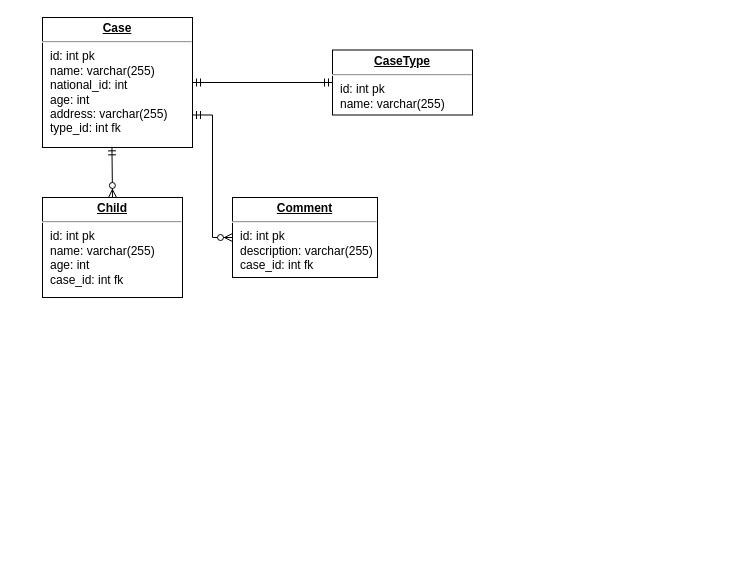
Before: database.drawio in MuhammadTarek10/charity-app, a draw.io diagram. Source tidied: cells renumbered, new cells numbered last; positions are measured from the earlier drawing's top-left corner, leaving out a move shared by most shapes. Both pictures are drawn from the tidied source at 100%, with x=0, y=0 at pixel (42, 17).
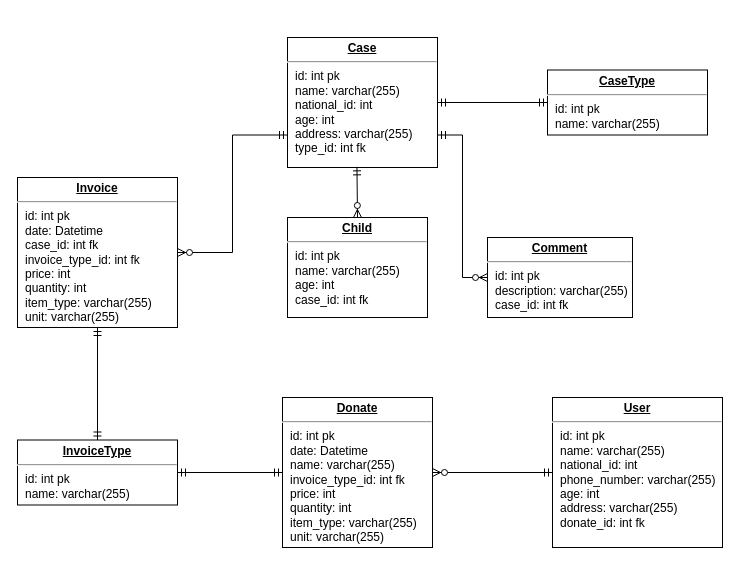
The same diagram, later.

The edit, as a diff of the source:
```diff
@@
 <mxGraphModel>
   <root>
     <mxCell id="0" />
     <mxCell id="1" parent="0" />
     <mxCell id="2" value="&lt;p style=&quot;margin: 0px ; margin-top: 4px ; text-align: center ; text-decoration: underline&quot;&gt;&lt;b&gt;Case&lt;/b&gt;&lt;/p&gt;&lt;hr&gt;&lt;p style=&quot;margin: 0px ; margin-left: 8px&quot;&gt;id: int pk&lt;/p&gt;&lt;p style=&quot;margin: 0px ; margin-left: 8px&quot;&gt;name: varchar(255)&lt;/p&gt;&lt;p style=&quot;margin: 0px ; margin-left: 8px&quot;&gt;national_id: int&lt;/p&gt;&lt;p style=&quot;margin: 0px ; margin-left: 8px&quot;&gt;age: int&lt;/p&gt;&lt;p style=&quot;margin: 0px ; margin-left: 8px&quot;&gt;address: varchar(255)&lt;/p&gt;&lt;p style=&quot;margin: 0px ; margin-left: 8px&quot;&gt;type_id: int fk&lt;/p&gt;" style="verticalAlign=top;align=left;overflow=fill;fontSize=12;fontFamily=Helvetica;html=1;rounded=0;shadow=0;comic=0;labelBackgroundColor=none;strokeWidth=1;" parent="1" vertex="1">
-      <mxGeometry width="150" height="130" as="geometry" />
+      <mxGeometry x="245" y="20" width="150" height="130" as="geometry" />
     </mxCell>
     <mxCell id="3" value="&lt;p style=&quot;margin: 0px ; margin-top: 4px ; text-align: center ; text-decoration: underline&quot;&gt;&lt;b&gt;Child&lt;/b&gt;&lt;/p&gt;&lt;hr&gt;&lt;p style=&quot;margin: 0px ; margin-left: 8px&quot;&gt;id: int pk&lt;/p&gt;&lt;p style=&quot;margin: 0px ; margin-left: 8px&quot;&gt;name: varchar(255)&lt;/p&gt;&lt;p style=&quot;margin: 0px ; margin-left: 8px&quot;&gt;age: int&lt;/p&gt;&lt;p style=&quot;margin: 0px ; margin-left: 8px&quot;&gt;case_id: int fk&lt;/p&gt;" style="verticalAlign=top;align=left;overflow=fill;fontSize=12;fontFamily=Helvetica;html=1;rounded=0;shadow=0;comic=0;labelBackgroundColor=none;strokeWidth=1;" parent="1" vertex="1">
-      <mxGeometry y="180" width="140" height="100" as="geometry" />
+      <mxGeometry x="245" y="200" width="140" height="100" as="geometry" />
     </mxCell>
     <mxCell id="4" value="&lt;p style=&quot;margin: 0px ; margin-top: 4px ; text-align: center ; text-decoration: underline&quot;&gt;&lt;b&gt;Comment&lt;/b&gt;&lt;/p&gt;&lt;hr&gt;&lt;p style=&quot;margin: 0px ; margin-left: 8px&quot;&gt;id: int pk&lt;/p&gt;&lt;p style=&quot;margin: 0px ; margin-left: 8px&quot;&gt;description: varchar(255)&lt;/p&gt;&lt;p style=&quot;margin: 0px ; margin-left: 8px&quot;&gt;case_id: int fk&lt;/p&gt;" style="verticalAlign=top;align=left;overflow=fill;fontSize=12;fontFamily=Helvetica;html=1;rounded=0;shadow=0;comic=0;labelBackgroundColor=none;strokeWidth=1;" parent="1" vertex="1">
-      <mxGeometry x="190" y="180" width="145" height="80" as="geometry" />
+      <mxGeometry x="445" y="220" width="145" height="80" as="geometry" />
     </mxCell>
     <mxCell id="5" value="&lt;p style=&quot;margin: 0px ; margin-top: 4px ; text-align: center ; text-decoration: underline&quot;&gt;&lt;b&gt;CaseType&lt;/b&gt;&lt;/p&gt;&lt;hr&gt;&lt;p style=&quot;margin: 0px ; margin-left: 8px&quot;&gt;id: int pk&lt;/p&gt;&lt;p style=&quot;margin: 0px ; margin-left: 8px&quot;&gt;name: varchar(255)&lt;/p&gt;" style="verticalAlign=top;align=left;overflow=fill;fontSize=12;fontFamily=Helvetica;html=1;rounded=0;shadow=0;comic=0;labelBackgroundColor=none;strokeWidth=1;" parent="1" vertex="1">
-      <mxGeometry x="290" y="32.5" width="140" height="65" as="geometry" />
+      <mxGeometry x="505" y="52.5" width="160" height="65" as="geometry" />
     </mxCell>
     <mxCell id="6" style="fontSize=12;html=1;endArrow=ERmandOne;startArrow=ERmandOne;rounded=0;entryX=1;entryY=0.5;entryDx=0;entryDy=0;exitX=0;exitY=0.5;exitDx=0;exitDy=0;" parent="1" edge="1" source="5" target="2">
       <mxGeometry relative="1" as="geometry" />
     </mxCell>
     <mxCell id="7" style="fontSize=12;html=1;endArrow=ERzeroToMany;startArrow=ERmandOne;rounded=0;exitX=0.463;exitY=0.995;exitDx=0;exitDy=0;entryX=0.5;entryY=0;entryDx=0;entryDy=0;exitPerimeter=0;" parent="1" edge="1" source="2" target="3">
       <mxGeometry relative="1" as="geometry" />
     </mxCell>
     <mxCell id="8" style="fontSize=12;html=1;endArrow=ERzeroToMany;startArrow=ERmandOne;rounded=0;exitX=1;exitY=0.75;exitDx=0;exitDy=0;entryX=0;entryY=0.5;entryDx=0;entryDy=0;edgeStyle=orthogonalEdgeStyle;" parent="1" edge="1" source="2" target="4">
       <mxGeometry relative="1" as="geometry" />
     </mxCell>
+    <mxCell id="9" value="&lt;p style=&quot;margin: 0px ; margin-top: 4px ; text-align: center ; text-decoration: underline&quot;&gt;&lt;b&gt;Invoice&lt;/b&gt;&lt;/p&gt;&lt;hr&gt;&lt;p style=&quot;margin: 0px ; margin-left: 8px&quot;&gt;id: int pk&lt;/p&gt;&lt;p style=&quot;margin: 0px ; margin-left: 8px&quot;&gt;date: Datetime&lt;/p&gt;&lt;p style=&quot;margin: 0px ; margin-left: 8px&quot;&gt;case_id: int fk&lt;/p&gt;&lt;p style=&quot;margin: 0px ; margin-left: 8px&quot;&gt;invoice_type_id: int fk&lt;/p&gt;&lt;p style=&quot;margin: 0px ; margin-left: 8px&quot;&gt;price: int&lt;/p&gt;&lt;p style=&quot;margin: 0px ; margin-left: 8px&quot;&gt;quantity: int&lt;/p&gt;&lt;p style=&quot;margin: 0px ; margin-left: 8px&quot;&gt;item_type: varchar(255)&lt;/p&gt;&lt;p style=&quot;margin: 0px ; margin-left: 8px&quot;&gt;unit: varchar(255)&lt;/p&gt;" style="verticalAlign=top;align=left;overflow=fill;fontSize=12;fontFamily=Helvetica;html=1;rounded=0;shadow=0;comic=0;labelBackgroundColor=none;strokeWidth=1;" parent="1" vertex="1">
+      <mxGeometry x="-25" y="160" width="160" height="150" as="geometry" />
+    </mxCell>
+    <mxCell id="10" style="fontSize=12;html=1;endArrow=ERzeroToMany;startArrow=ERmandOne;rounded=0;exitX=0;exitY=0.75;exitDx=0;exitDy=0;entryX=1;entryY=0.5;entryDx=0;entryDy=0;edgeStyle=orthogonalEdgeStyle;" parent="1" edge="1" source="2" target="9">
+      <mxGeometry relative="1" as="geometry" />
+    </mxCell>
+    <mxCell id="11" value="&lt;p style=&quot;margin: 0px ; margin-top: 4px ; text-align: center ; text-decoration: underline&quot;&gt;&lt;b&gt;Donate&lt;/b&gt;&lt;/p&gt;&lt;hr&gt;&lt;p style=&quot;margin: 0px ; margin-left: 8px&quot;&gt;id: int pk&lt;/p&gt;&lt;p style=&quot;margin: 0px ; margin-left: 8px&quot;&gt;date: Datetime&lt;/p&gt;&lt;p style=&quot;margin: 0px ; margin-left: 8px&quot;&gt;name: varchar(255)&lt;/p&gt;&lt;p style=&quot;margin: 0px ; margin-left: 8px&quot;&gt;invoice_type_id: int fk&lt;/p&gt;&lt;p style=&quot;margin: 0px ; margin-left: 8px&quot;&gt;price: int&lt;/p&gt;&lt;p style=&quot;margin: 0px ; margin-left: 8px&quot;&gt;quantity: int&lt;/p&gt;&lt;p style=&quot;margin: 0px ; margin-left: 8px&quot;&gt;item_type: varchar(255)&lt;/p&gt;&lt;p style=&quot;margin: 0px ; margin-left: 8px&quot;&gt;unit: varchar(255)&lt;/p&gt;" style="verticalAlign=top;align=left;overflow=fill;fontSize=12;fontFamily=Helvetica;html=1;rounded=0;shadow=0;comic=0;labelBackgroundColor=none;strokeWidth=1;direction=west;" parent="1" vertex="1">
+      <mxGeometry x="240" y="380" width="150" height="150" as="geometry" />
+    </mxCell>
+    <mxCell id="12" value="&lt;p style=&quot;margin: 0px ; margin-top: 4px ; text-align: center ; text-decoration: underline&quot;&gt;&lt;b&gt;InvoiceType&lt;/b&gt;&lt;/p&gt;&lt;hr&gt;&lt;p style=&quot;margin: 0px ; margin-left: 8px&quot;&gt;id: int pk&lt;/p&gt;&lt;p style=&quot;margin: 0px ; margin-left: 8px&quot;&gt;name: varchar(255)&lt;/p&gt;" style="verticalAlign=top;align=left;overflow=fill;fontSize=12;fontFamily=Helvetica;html=1;rounded=0;shadow=0;comic=0;labelBackgroundColor=none;strokeWidth=1;" parent="1" vertex="1">
+      <mxGeometry x="-25" y="422.5" width="160" height="65" as="geometry" />
+    </mxCell>
+    <mxCell id="13" style="fontSize=12;html=1;endArrow=ERmandOne;startArrow=ERmandOne;rounded=0;exitX=1;exitY=0.5;exitDx=0;exitDy=0;" parent="1" edge="1" source="11" target="12">
+      <mxGeometry relative="1" as="geometry" />
+    </mxCell>
+    <mxCell id="14" style="fontSize=12;html=1;endArrow=ERmandOne;startArrow=ERmandOne;rounded=0;exitX=0.5;exitY=0;exitDx=0;exitDy=0;entryX=0.5;entryY=1;entryDx=0;entryDy=0;" parent="1" edge="1" source="12" target="9">
+      <mxGeometry relative="1" as="geometry" />
+    </mxCell>
+    <mxCell id="15" value="&lt;p style=&quot;margin: 0px ; margin-top: 4px ; text-align: center ; text-decoration: underline&quot;&gt;&lt;b&gt;User&lt;/b&gt;&lt;/p&gt;&lt;hr&gt;&lt;p style=&quot;margin: 0px ; margin-left: 8px&quot;&gt;id: int pk&lt;/p&gt;&lt;p style=&quot;margin: 0px ; margin-left: 8px&quot;&gt;name: varchar(255)&lt;/p&gt;&lt;p style=&quot;margin: 0px ; margin-left: 8px&quot;&gt;national_id: int&lt;/p&gt;&lt;p style=&quot;margin: 0px ; margin-left: 8px&quot;&gt;phone_number: varchar(255)&lt;/p&gt;&lt;p style=&quot;margin: 0px ; margin-left: 8px&quot;&gt;age: int&lt;/p&gt;&lt;p style=&quot;margin: 0px ; margin-left: 8px&quot;&gt;address: varchar(255)&lt;/p&gt;&lt;p style=&quot;margin: 0px ; margin-left: 8px&quot;&gt;donate_id: int fk&lt;/p&gt;" style="verticalAlign=top;align=left;overflow=fill;fontSize=12;fontFamily=Helvetica;html=1;rounded=0;shadow=0;comic=0;labelBackgroundColor=none;strokeWidth=1;" parent="1" vertex="1">
+      <mxGeometry x="510" y="380" width="170" height="150" as="geometry" />
+    </mxCell>
+    <mxCell id="16" style="fontSize=12;html=1;endArrow=ERzeroToMany;startArrow=ERmandOne;rounded=0;exitX=0;exitY=0.5;exitDx=0;exitDy=0;entryX=0;entryY=0.5;entryDx=0;entryDy=0;" parent="1" edge="1" source="15" target="11">
+      <mxGeometry relative="1" as="geometry" />
+    </mxCell>
   </root>
 </mxGraphModel>
```
